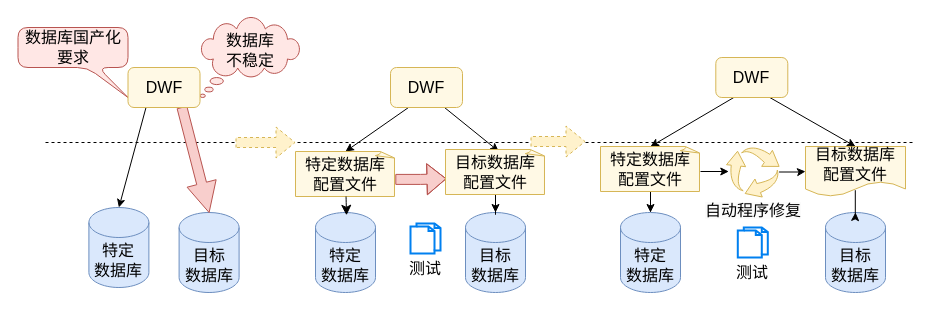
The draw.io diagram 开题报告/motivation.drawio in Olive-2019/drawio-source, before the edit. Source tidied: cells renumbered, new cells numbered last; positions are measured from the earlier drawing's top-left corner, leaving out a move shared by most shapes. Both pictures are drawn from the tidied source at 100%, with x=0, y=0 at pixel (17, 17).
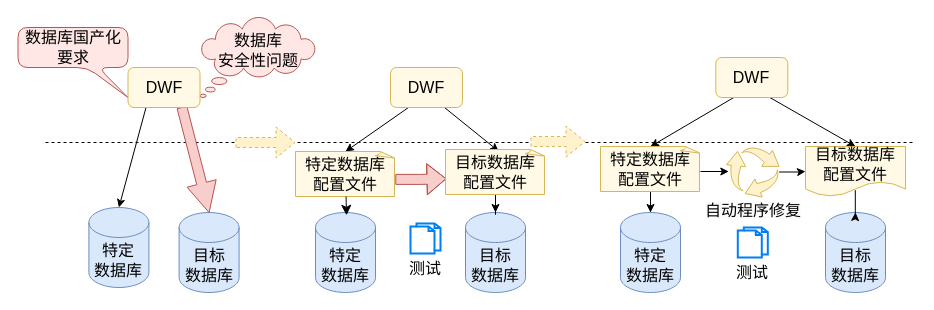
After the change.

The edit, as a diff of the source:
```diff
@@
-    <mxCell id="5" value="数据库&lt;div&gt;不稳定&lt;/div&gt;" style="whiteSpace=wrap;html=1;shape=mxgraph.basic.cloud_callout;fontSize=16;spacingBottom=14;fillColor=#FFE7E5;strokeColor=#b85450;" parent="1" vertex="1">
-      <mxGeometry x="182.5" width="100" height="80" as="geometry" />
+    <mxCell id="5" value="数据库&lt;div&gt;安全性问题&lt;/div&gt;" style="whiteSpace=wrap;html=1;shape=mxgraph.basic.cloud_callout;fontSize=16;spacingBottom=14;fillColor=#FFE7E5;strokeColor=#b85450;" parent="1" vertex="1">
+      <mxGeometry x="182.5" width="115.5" height="80" as="geometry" />
     </mxCell>
```
